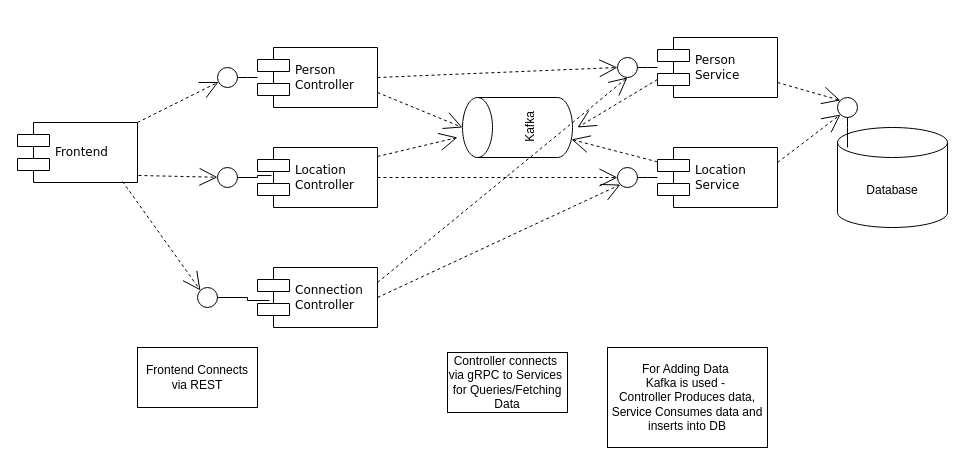
thomasandre84/nd064-c2-message-passing-projects-starter keeps this draw.io diagram as Untitled Diagram.drawio. Above is the earlier version. Source tidied: cells renumbered, new cells numbered last; positions are measured from the earlier drawing's top-left corner, leaving out a move shared by most shapes. Both pictures are drawn from the tidied source at 100%, with x=0, y=0 at pixel (17, 37).
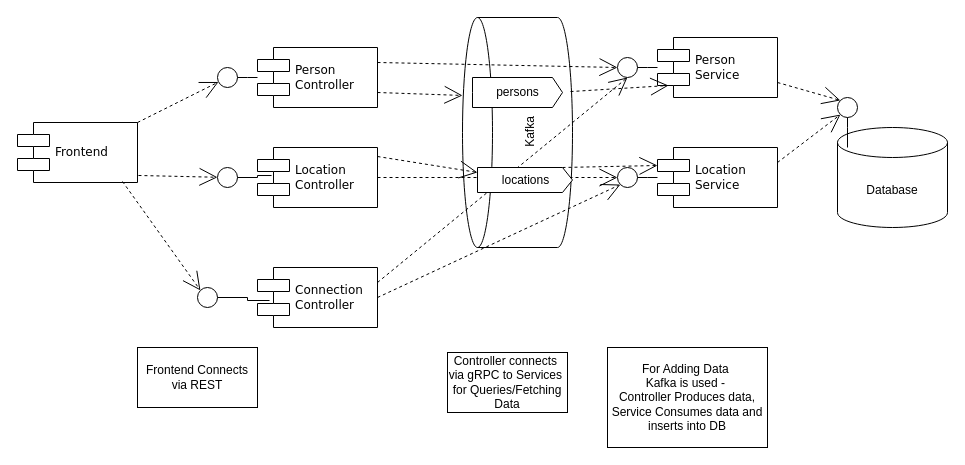
After the change.

The change refers to these unchanged cells:
```xml
<mxCell id="2" value="Person&amp;nbsp;&lt;br&gt;Controller" style="shape=component;align=left;spacingLeft=36;rounded=0;shadow=0;comic=0;labelBackgroundColor=none;strokeWidth=1;fontFamily=Verdana;fontSize=12;html=1;" parent="1" vertex="1">
  <mxGeometry x="240" y="10" width="120" height="60" as="geometry" />
</mxCell>
<mxCell id="4" value="Location&lt;br&gt;Controller" style="shape=component;align=left;spacingLeft=36;rounded=0;shadow=0;comic=0;labelBackgroundColor=none;strokeWidth=1;fontFamily=Verdana;fontSize=12;html=1;" parent="1" vertex="1">
  <mxGeometry x="240" y="110" width="120" height="60" as="geometry" />
</mxCell>
<mxCell id="18" value="Person&amp;nbsp;&lt;br&gt;Service" style="shape=component;align=left;spacingLeft=36;rounded=0;shadow=0;comic=0;labelBackgroundColor=none;strokeWidth=1;fontFamily=Verdana;fontSize=12;html=1;" parent="1" vertex="1">
  <mxGeometry x="640" width="120" height="60" as="geometry" />
</mxCell>
<mxCell id="19" style="ellipse;whiteSpace=wrap;html=1;rounded=0;shadow=0;comic=0;labelBackgroundColor=none;strokeWidth=1;fontFamily=Verdana;fontSize=12;align=center;" parent="1" vertex="1">
  <mxGeometry x="600" y="20" width="20" height="20" as="geometry" />
</mxCell>
<mxCell id="21" value="Location&lt;br&gt;Service" style="shape=component;align=left;spacingLeft=36;rounded=0;shadow=0;comic=0;labelBackgroundColor=none;strokeWidth=1;fontFamily=Verdana;fontSize=12;html=1;" parent="1" vertex="1">
  <mxGeometry x="640" y="110" width="120" height="60" as="geometry" />
</mxCell>
```

Diff of the diagram source:
```diff
@@
     <mxCell id="16" value="Kafka" style="shape=cylinder3;whiteSpace=wrap;html=1;boundedLbl=1;backgroundOutline=1;size=15;rotation=-90;" parent="1" vertex="1">
-      <mxGeometry x="470" y="35" width="60" height="110" as="geometry" />
+      <mxGeometry x="385" y="40" width="230" height="110" as="geometry" />
     </mxCell>
@@
-    <mxCell id="28" style="edgeStyle=none;rounded=0;html=1;dashed=1;labelBackgroundColor=none;startArrow=none;startFill=0;startSize=8;endArrow=open;endFill=0;endSize=16;fontFamily=Verdana;fontSize=12;exitX=1;exitY=0.5;exitDx=0;exitDy=0;entryX=0;entryY=0.5;entryDx=0;entryDy=0;" parent="1" edge="1" source="2" target="19">
+    <mxCell id="28" style="edgeStyle=none;rounded=0;html=1;dashed=1;labelBackgroundColor=none;startArrow=none;startFill=0;startSize=8;endArrow=open;endFill=0;endSize=16;fontFamily=Verdana;fontSize=12;exitX=1;exitY=0.25;exitDx=0;exitDy=0;entryX=0;entryY=0.5;entryDx=0;entryDy=0;" parent="1" edge="1" source="2" target="19">
       <mxGeometry relative="1" as="geometry" />
     </mxCell>
@@
-    <mxCell id="34" style="edgeStyle=none;rounded=0;html=1;dashed=1;labelBackgroundColor=none;startArrow=none;startFill=0;startSize=8;endArrow=open;endFill=0;endSize=16;fontFamily=Verdana;fontSize=12;exitX=1;exitY=0.75;exitDx=0;exitDy=0;entryX=0.5;entryY=0;entryDx=0;entryDy=0;entryPerimeter=0;" parent="1" edge="1" source="2" target="16">
+    <mxCell id="34" style="edgeStyle=none;rounded=0;html=1;dashed=1;labelBackgroundColor=none;startArrow=none;startFill=0;startSize=8;endArrow=open;endFill=0;endSize=16;fontFamily=Verdana;fontSize=12;exitX=1;exitY=0.75;exitDx=0;exitDy=0;entryX=0.661;entryY=0;entryDx=0;entryDy=0;entryPerimeter=0;" parent="1" edge="1" source="2" target="16">
       <mxGeometry relative="1" as="geometry" />
     </mxCell>
-    <mxCell id="35" style="edgeStyle=none;rounded=0;html=1;dashed=1;labelBackgroundColor=none;startArrow=none;startFill=0;startSize=8;endArrow=open;endFill=0;endSize=16;fontFamily=Verdana;fontSize=12;exitX=1;exitY=0.15;exitDx=0;exitDy=0;exitPerimeter=0;" parent="1" edge="1" source="4">
-      <mxGeometry relative="1" as="geometry">
-        <mxPoint x="440" y="100" as="targetPoint" />
-      </mxGeometry>
+    <mxCell id="35" style="edgeStyle=none;rounded=0;html=1;dashed=1;labelBackgroundColor=none;startArrow=none;startFill=0;startSize=8;endArrow=open;endFill=0;endSize=16;fontFamily=Verdana;fontSize=12;exitX=1;exitY=0.15;exitDx=0;exitDy=0;exitPerimeter=0;" parent="1" edge="1" source="4" target="39">
+      <mxGeometry relative="1" as="geometry" />
     </mxCell>
-    <mxCell id="36" style="edgeStyle=none;rounded=0;html=1;dashed=1;labelBackgroundColor=none;startArrow=none;startFill=0;startSize=8;endArrow=open;endFill=0;endSize=16;fontFamily=Verdana;fontSize=12;entryX=0.3;entryY=0.991;entryDx=0;entryDy=0;entryPerimeter=0;" parent="1" edge="1" source="21" target="16">
+    <mxCell id="36" style="edgeStyle=none;rounded=0;html=1;dashed=1;labelBackgroundColor=none;startArrow=none;startFill=0;startSize=8;endArrow=open;endFill=0;endSize=16;fontFamily=Verdana;fontSize=12;entryX=0;entryY=0.3;entryDx=0;entryDy=0;exitX=0;exitY=0;exitDx=85;exitDy=0;exitPerimeter=0;" parent="1" edge="1" source="39" target="21">
       <mxGeometry relative="1" as="geometry" />
     </mxCell>
-    <mxCell id="37" style="edgeStyle=none;rounded=0;html=1;dashed=1;labelBackgroundColor=none;startArrow=none;startFill=0;startSize=8;endArrow=open;endFill=0;endSize=16;fontFamily=Verdana;fontSize=12;exitX=0;exitY=0.7;exitDx=0;exitDy=0;" parent="1" edge="1" source="18">
-      <mxGeometry relative="1" as="geometry">
-        <mxPoint x="560" y="90" as="targetPoint" />
-      </mxGeometry>
+    <mxCell id="37" style="edgeStyle=none;rounded=0;html=1;dashed=1;labelBackgroundColor=none;startArrow=none;startFill=0;startSize=8;endArrow=open;endFill=0;endSize=16;fontFamily=Verdana;fontSize=12;entryX=0.092;entryY=0.8;entryDx=0;entryDy=0;entryPerimeter=0;exitX=0.678;exitY=0.982;exitDx=0;exitDy=0;exitPerimeter=0;" parent="1" edge="1" source="16" target="18">
+      <mxGeometry relative="1" as="geometry" />
     </mxCell>
+    <mxCell id="38" value="persons" style="html=1;shadow=0;dashed=0;align=center;verticalAlign=middle;shape=mxgraph.arrows2.arrow;dy=0;dx=10;notch=0;" parent="1" vertex="1">
+      <mxGeometry x="455" y="40" width="90" height="30" as="geometry" />
+    </mxCell>
+    <mxCell id="39" value="locations" style="html=1;shadow=0;dashed=0;align=center;verticalAlign=middle;shape=mxgraph.arrows2.arrow;dy=0;dx=10;notch=0;" parent="1" vertex="1">
+      <mxGeometry x="460" y="130" width="95" height="25" as="geometry" />
+    </mxCell>
```
